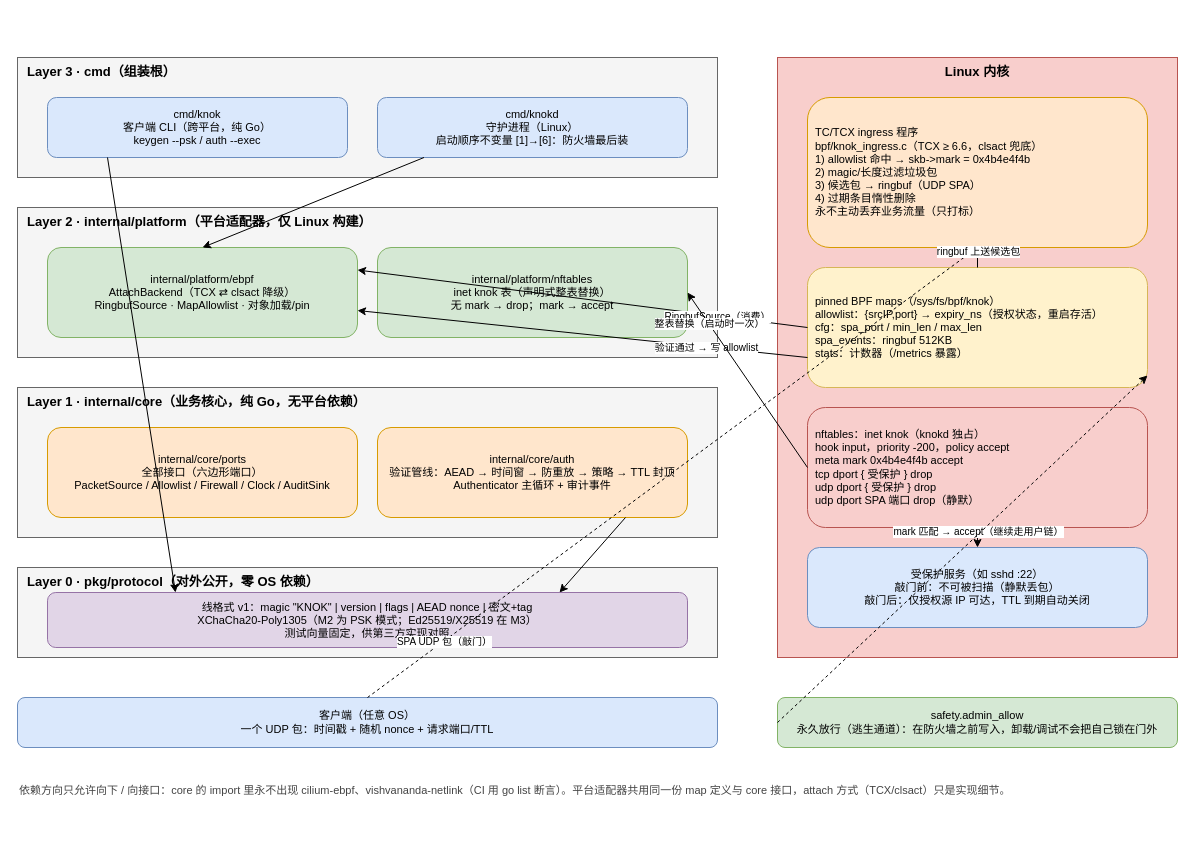
Before: docs/diagrams/architecture.drawio in zhouyu0615/knok, a draw.io diagram. Source tidied: cells renumbered, new cells numbered last; positions are measured from the earlier drawing's top-left corner, leaving out a move shared by most shapes. Both pictures are drawn from the tidied source at 100%, with x=0, y=0 at pixel (17, 57).
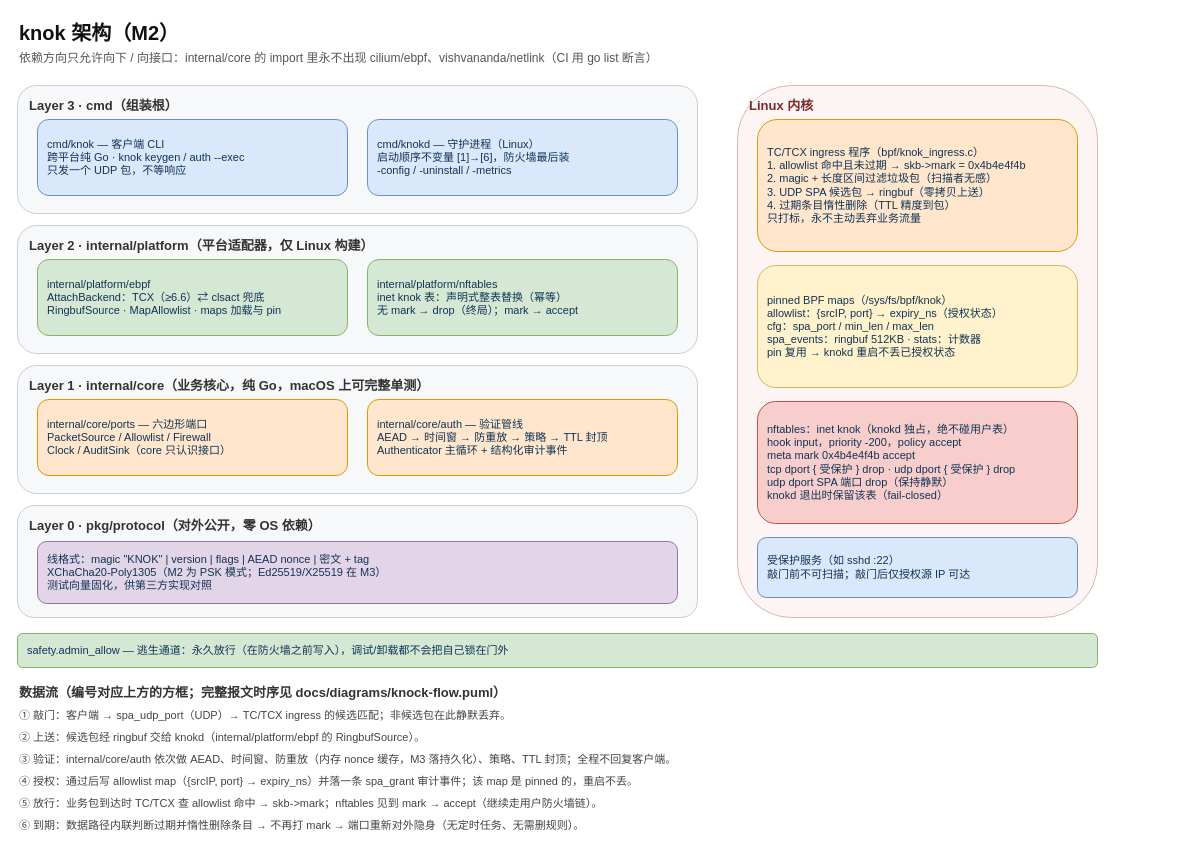
After the change.

Commit message (it also covers changes not shown here):
docs: drop the crossing edges from the architecture diagram

The edit, as a diff of the source:
```diff
@@
+    <mxCell id="37" value="knok 架构（M2）" style="text;html=1;align=left;verticalAlign=middle;fontSize=20;fontStyle=1;fontColor=#111111;" parent="1" vertex="1">
+      <mxGeometry y="-40" width="700" height="30" as="geometry" />
+    </mxCell>
+    <mxCell id="38" value="依赖方向只允许向下 / 向接口：internal/core 的 import 里永不出现 cilium/ebpf、vishvananda/netlink（CI 用 go list 断言）" style="text;html=1;align=left;verticalAlign=middle;fontSize=12;fontColor=#555555;" parent="1" vertex="1">
+      <mxGeometry y="-10" width="1080" height="22" as="geometry" />
+    </mxCell>
-    <mxCell id="2" value="Layer 3 · cmd（组装根）" style="rounded=0;whiteSpace=wrap;html=1;fillColor=#f5f5f5;strokeColor=#666666;verticalAlign=top;align=left;spacingLeft=8;fontStyle=1;fontSize=13;" parent="1" vertex="1">
-      <mxGeometry width="700" height="120" as="geometry" />
+    <mxCell id="2" value="Layer 3 · cmd（组装根）" style="rounded=1;whiteSpace=wrap;html=1;fillColor=#f7f8fa;strokeColor=#c9ced6;verticalAlign=top;align=left;spacingLeft=10;spacingTop=6;fontSize=13;fontStyle=1;fontColor=#333333;" parent="1" vertex="1">
+      <mxGeometry y="28" width="680" height="128" as="geometry" />
     </mxCell>
-    <mxCell id="3" value="cmd/knok&#10;客户端 CLI（跨平台，纯 Go）&#10;keygen --psk / auth --exec" style="rounded=1;whiteSpace=wrap;html=1;fillColor=#dae8fc;strokeColor=#6c8ebf;align=center;fontSize=11;" parent="1" vertex="1">
-      <mxGeometry x="30" y="40" width="300" height="60" as="geometry" />
-    </mxCell>
-    <mxCell id="4" value="cmd/knokd&#10;守护进程（Linux）&#10;启动顺序不变量 [1]→[6]：防火墙最后装" style="rounded=1;whiteSpace=wrap;html=1;fillColor=#dae8fc;strokeColor=#6c8ebf;align=center;fontSize=11;" parent="1" vertex="1">
-      <mxGeometry x="360" y="40" width="310" height="60" as="geometry" />
-    </mxCell>
+    <mxCell id="39" value="cmd/knok — 客户端 CLI&#10;跨平台纯 Go · knok keygen / auth --exec&#10;只发一个 UDP 包，不等响应" style="rounded=1;whiteSpace=wrap;html=1;fillColor=#dae8fc;strokeColor=#6c8ebf;align=left;spacingLeft=8;fontSize=11;fontColor=#123456;" parent="1" vertex="1">
+      <mxGeometry x="20" y="62" width="310" height="76" as="geometry" />
+    </mxCell>
+    <mxCell id="40" value="cmd/knokd — 守护进程（Linux）&#10;启动顺序不变量 [1]→[6]，防火墙最后装&#10;-config / -uninstall / -metrics" style="rounded=1;whiteSpace=wrap;html=1;fillColor=#dae8fc;strokeColor=#6c8ebf;align=left;spacingLeft=8;fontSize=11;fontColor=#123456;" parent="1" vertex="1">
+      <mxGeometry x="350" y="62" width="310" height="76" as="geometry" />
+    </mxCell>
-    <mxCell id="5" value="Layer 2 · internal/platform（平台适配器，仅 Linux 构建）" style="rounded=0;whiteSpace=wrap;html=1;fillColor=#f5f5f5;strokeColor=#666666;verticalAlign=top;align=left;spacingLeft=8;fontStyle=1;fontSize=13;" parent="1" vertex="1">
-      <mxGeometry y="150" width="700" height="150" as="geometry" />
+    <mxCell id="5" value="Layer 2 · internal/platform（平台适配器，仅 Linux 构建）" style="rounded=1;whiteSpace=wrap;html=1;fillColor=#f7f8fa;strokeColor=#c9ced6;verticalAlign=top;align=left;spacingLeft=10;spacingTop=6;fontSize=13;fontStyle=1;fontColor=#333333;" parent="1" vertex="1">
+      <mxGeometry y="168" width="680" height="128" as="geometry" />
     </mxCell>
-    <mxCell id="6" value="internal/platform/ebpf&#10;AttachBackend（TCX ⇄ clsact 降级）&#10;RingbufSource · MapAllowlist · 对象加载/pin" style="rounded=1;whiteSpace=wrap;html=1;fillColor=#d5e8d4;strokeColor=#82b366;align=center;fontSize=11;" parent="1" vertex="1">
-      <mxGeometry x="30" y="190" width="310" height="90" as="geometry" />
-    </mxCell>
-    <mxCell id="7" value="internal/platform/nftables&#10;inet knok 表（声明式整表替换）&#10;无 mark → drop；mark → accept" style="rounded=1;whiteSpace=wrap;html=1;fillColor=#d5e8d4;strokeColor=#82b366;align=center;fontSize=11;" parent="1" vertex="1">
-      <mxGeometry x="360" y="190" width="310" height="90" as="geometry" />
-    </mxCell>
-    <mxCell id="8" value="Layer 1 · internal/core（业务核心，纯 Go，无平台依赖）" style="rounded=0;whiteSpace=wrap;html=1;fillColor=#f5f5f5;strokeColor=#666666;verticalAlign=top;align=left;spacingLeft=8;fontStyle=1;fontSize=13;" parent="1" vertex="1">
-      <mxGeometry y="330" width="700" height="150" as="geometry" />
-    </mxCell>
-    <mxCell id="9" value="internal/core/ports&#10;全部接口（六边形端口）&#10;PacketSource / Allowlist / Firewall / Clock / AuditSink" style="rounded=1;whiteSpace=wrap;html=1;fillColor=#ffe6cc;strokeColor=#d79b00;align=center;fontSize=11;" parent="1" vertex="1">
-      <mxGeometry x="30" y="370" width="310" height="90" as="geometry" />
-    </mxCell>
-    <mxCell id="10" value="internal/core/auth&#10;验证管线：AEAD → 时间窗 → 防重放 → 策略 → TTL 封顶&#10;Authenticator 主循环 + 审计事件" style="rounded=1;whiteSpace=wrap;html=1;fillColor=#ffe6cc;strokeColor=#d79b00;align=center;fontSize=11;" parent="1" vertex="1">
-      <mxGeometry x="360" y="370" width="310" height="90" as="geometry" />
-    </mxCell>
+    <mxCell id="41" value="internal/platform/ebpf&#10;AttachBackend：TCX（≥6.6）⇄ clsact 兜底&#10;RingbufSource · MapAllowlist · maps 加载与 pin" style="rounded=1;whiteSpace=wrap;html=1;fillColor=#d5e8d4;strokeColor=#82b366;align=left;spacingLeft=8;fontSize=11;fontColor=#123456;" parent="1" vertex="1">
+      <mxGeometry x="20" y="202" width="310" height="76" as="geometry" />
+    </mxCell>
+    <mxCell id="42" value="internal/platform/nftables&#10;inet knok 表：声明式整表替换（幂等）&#10;无 mark → drop（终局）；mark → accept" style="rounded=1;whiteSpace=wrap;html=1;fillColor=#d5e8d4;strokeColor=#82b366;align=left;spacingLeft=8;fontSize=11;fontColor=#123456;" parent="1" vertex="1">
+      <mxGeometry x="350" y="202" width="310" height="76" as="geometry" />
+    </mxCell>
+    <mxCell id="43" value="Layer 1 · internal/core（业务核心，纯 Go，macOS 上可完整单测）" style="rounded=1;whiteSpace=wrap;html=1;fillColor=#f7f8fa;strokeColor=#c9ced6;verticalAlign=top;align=left;spacingLeft=10;spacingTop=6;fontSize=13;fontStyle=1;fontColor=#333333;" parent="1" vertex="1">
+      <mxGeometry y="308" width="680" height="128" as="geometry" />
+    </mxCell>
+    <mxCell id="44" value="internal/core/ports — 六边形端口&#10;PacketSource / Allowlist / Firewall&#10;Clock / AuditSink（core 只认识接口）" style="rounded=1;whiteSpace=wrap;html=1;fillColor=#ffe6cc;strokeColor=#d79b00;align=left;spacingLeft=8;fontSize=11;fontColor=#123456;" parent="1" vertex="1">
+      <mxGeometry x="20" y="342" width="310" height="76" as="geometry" />
+    </mxCell>
+    <mxCell id="45" value="internal/core/auth — 验证管线&#10;AEAD → 时间窗 → 防重放 → 策略 → TTL 封顶&#10;Authenticator 主循环 + 结构化审计事件" style="rounded=1;whiteSpace=wrap;html=1;fillColor=#ffe6cc;strokeColor=#d79b00;align=left;spacingLeft=8;fontSize=11;fontColor=#123456;" parent="1" vertex="1">
+      <mxGeometry x="350" y="342" width="310" height="76" as="geometry" />
+    </mxCell>
-    <mxCell id="11" value="Layer 0 · pkg/protocol（对外公开，零 OS 依赖）" style="rounded=0;whiteSpace=wrap;html=1;fillColor=#f5f5f5;strokeColor=#666666;verticalAlign=top;align=left;spacingLeft=8;fontStyle=1;fontSize=13;" parent="1" vertex="1">
-      <mxGeometry y="510" width="700" height="90" as="geometry" />
+    <mxCell id="11" value="Layer 0 · pkg/protocol（对外公开，零 OS 依赖）" style="rounded=1;whiteSpace=wrap;html=1;fillColor=#f7f8fa;strokeColor=#c9ced6;verticalAlign=top;align=left;spacingLeft=10;spacingTop=6;fontSize=13;fontStyle=1;fontColor=#333333;" parent="1" vertex="1">
+      <mxGeometry y="448" width="680" height="112" as="geometry" />
     </mxCell>
-    <mxCell id="12" value="线格式 v1：magic &quot;KNOK&quot; | version | flags | AEAD nonce | 密文+tag&#10;XChaCha20-Poly1305（M2 为 PSK 模式；Ed25519/X25519 在 M3）&#10;测试向量固定，供第三方实现对照" style="rounded=1;whiteSpace=wrap;html=1;fillColor=#e1d5e7;strokeColor=#9673a6;align=center;fontSize=11;" parent="1" vertex="1">
-      <mxGeometry x="30" y="535" width="640" height="55" as="geometry" />
-    </mxCell>
+    <mxCell id="46" value="线格式：magic &quot;KNOK&quot; | version | flags | AEAD nonce | 密文 + tag&#10;XChaCha20-Poly1305（M2 为 PSK 模式；Ed25519/X25519 在 M3）&#10;测试向量固化，供第三方实现对照" style="rounded=1;whiteSpace=wrap;html=1;fillColor=#e1d5e7;strokeColor=#9673a6;align=left;spacingLeft=8;fontSize=11;fontColor=#123456;" parent="1" vertex="1">
+      <mxGeometry x="20" y="484" width="640" height="62" as="geometry" />
+    </mxCell>
-    <mxCell id="13" value="Linux 内核" style="rounded=0;whiteSpace=wrap;html=1;fillColor=#f8cecc;strokeColor=#b85450;verticalAlign=top;align=center;fontStyle=1;fontSize=13;" parent="1" vertex="1">
-      <mxGeometry x="760" width="400" height="600" as="geometry" />
+    <mxCell id="13" value="Linux 内核" style="rounded=1;whiteSpace=wrap;html=1;fillColor=#fdf4f4;strokeColor=#e0b4b4;verticalAlign=top;align=left;spacingLeft=10;spacingTop=6;fontSize=13;fontStyle=1;fontColor=#7a2a2a;" parent="1" vertex="1">
+      <mxGeometry x="720" y="28" width="360" height="532" as="geometry" />
     </mxCell>
-    <mxCell id="14" value="TC/TCX ingress 程序&#10;bpf/knok_ingress.c（TCX ≥ 6.6，clsact 兜底）&#10;1) allowlist 命中 → skb-&gt;mark = 0x4b4e4f4b&#10;2) magic/长度过滤垃圾包&#10;3) 候选包 → ringbuf（UDP SPA）&#10;4) 过期条目惰性删除&#10;永不主动丢弃业务流量（只打标）" style="rounded=1;whiteSpace=wrap;html=1;fillColor=#ffe6cc;strokeColor=#d79b00;align=left;fontSize=11;spacingLeft=6;" parent="1" vertex="1">
-      <mxGeometry x="790" y="40" width="340" height="150" as="geometry" />
-    </mxCell>
-    <mxCell id="15" value="pinned BPF maps（/sys/fs/bpf/knok）&#10;allowlist：{srcIP,port} → expiry_ns（授权状态，重启存活）&#10;cfg：spa_port / min_len / max_len&#10;spa_events：ringbuf 512KB&#10;stats：计数器（/metrics 暴露）" style="rounded=1;whiteSpace=wrap;html=1;fillColor=#fff2cc;strokeColor=#d6b656;align=left;fontSize=11;spacingLeft=6;" parent="1" vertex="1">
-      <mxGeometry x="790" y="210" width="340" height="120" as="geometry" />
-    </mxCell>
-    <mxCell id="16" value="nftables：inet knok（knokd 独占）&#10;hook input，priority -200，policy accept&#10;meta mark 0x4b4e4f4b accept&#10;tcp dport { 受保护 } drop&#10;udp dport { 受保护 } drop&#10;udp dport SPA 端口 drop（静默）" style="rounded=1;whiteSpace=wrap;html=1;fillColor=#f8cecc;strokeColor=#b85450;align=left;fontSize=11;spacingLeft=6;" parent="1" vertex="1">
-      <mxGeometry x="790" y="350" width="340" height="120" as="geometry" />
-    </mxCell>
-    <mxCell id="17" value="受保护服务（如 sshd :22）&#10;敲门前：不可被扫描（静默丢包）&#10;敲门后：仅授权源 IP 可达，TTL 到期自动关闭" style="rounded=1;whiteSpace=wrap;html=1;fillColor=#dae8fc;strokeColor=#6c8ebf;align=center;fontSize=11;" parent="1" vertex="1">
-      <mxGeometry x="790" y="490" width="340" height="80" as="geometry" />
-    </mxCell>
-    <mxCell id="18" value="客户端（任意 OS）&#10;一个 UDP 包：时间戳 + 随机 nonce + 请求端口/TTL" style="rounded=1;whiteSpace=wrap;html=1;fillColor=#dae8fc;strokeColor=#6c8ebf;align=center;fontSize=11;" parent="1" vertex="1">
-      <mxGeometry y="640" width="700" height="50" as="geometry" />
-    </mxCell>
-    <mxCell id="19" value="safety.admin_allow&#10;永久放行（逃生通道）：在防火墙之前写入，卸载/调试不会把自己锁在门外" style="rounded=1;whiteSpace=wrap;html=1;fillColor=#d5e8d4;strokeColor=#82b366;align=center;fontSize=11;" parent="1" vertex="1">
-      <mxGeometry x="760" y="640" width="400" height="50" as="geometry" />
-    </mxCell>
-    <mxCell id="20" style="endArrow=classic;html=1;exitX=0.5;exitY=0;exitDx=0;exitDy=0;entryX=0.5;entryY=1;entryDx=0;entryDy=0;dashed=1;" parent="1" edge="1" source="18" target="14">
-      <mxGeometry relative="1" as="geometry" />
-    </mxCell>
-    <mxCell id="21" value="SPA UDP 包（敲门）" style="edgeLabel;html=1;align=center;verticalAlign=middle;fontSize=10;" parent="20" vertex="1">
-      <mxGeometry x="-0.75" relative="1" as="geometry" />
-    </mxCell>
-    <mxCell id="22" style="endArrow=classic;html=1;exitX=0.5;exitY=0;exitDx=0;exitDy=0;entryX=0.5;entryY=1;entryDx=0;entryDy=0;" parent="1" edge="1" source="15" target="14">
-      <mxGeometry relative="1" as="geometry" />
-    </mxCell>
-    <mxCell id="23" value="ringbuf 上送候选包" style="edgeLabel;html=1;align=center;verticalAlign=middle;fontSize=10;" parent="22" vertex="1">
-      <mxGeometry x="0.7" relative="1" as="geometry" />
-    </mxCell>
-    <mxCell id="24" style="endArrow=classic;html=1;exitX=0;exitY=0.5;exitDx=0;exitDy=0;entryX=1;entryY=0.25;entryDx=0;entryDy=0;" parent="1" edge="1" source="15" target="6">
-      <mxGeometry relative="1" as="geometry" />
-    </mxCell>
-    <mxCell id="25" value="RingbufSource（消费）" style="edgeLabel;html=1;align=center;verticalAlign=middle;fontSize=10;" parent="24" vertex="1">
-      <mxGeometry x="-0.6" y="-0.4" relative="1" as="geometry" />
-    </mxCell>
-    <mxCell id="26" style="endArrow=classic;html=1;exitX=0;exitY=0.75;exitDx=0;exitDy=0;entryX=1;entryY=0.7;entryDx=0;entryDy=0;" parent="1" edge="1" source="15" target="6">
-      <mxGeometry relative="1" as="geometry" />
-    </mxCell>
-    <mxCell id="27" value="验证通过 → 写 allowlist" style="edgeLabel;html=1;align=center;verticalAlign=middle;fontSize=10;" parent="26" vertex="1">
-      <mxGeometry x="-0.55" y="0.35" relative="1" as="geometry" />
-    </mxCell>
-    <mxCell id="28" style="endArrow=classic;html=1;exitX=0;exitY=0.5;exitDx=0;exitDy=0;entryX=1;entryY=0.5;entryDx=0;entryDy=0;" parent="1" edge="1" source="16" target="7">
-      <mxGeometry relative="1" as="geometry" />
-    </mxCell>
-    <mxCell id="29" value="整表替换（启动时一次）" style="edgeLabel;html=1;align=center;verticalAlign=middle;fontSize=10;" parent="28" vertex="1">
-      <mxGeometry x="0.65" y="-0.15" relative="1" as="geometry" />
-    </mxCell>
-    <mxCell id="30" style="endArrow=classic;html=1;exitX=0.5;exitY=1;exitDx=0;exitDy=0;entryX=0.5;entryY=0;entryDx=0;entryDy=0;" parent="1" edge="1" source="16" target="17">
-      <mxGeometry relative="1" as="geometry" />
-    </mxCell>
-    <mxCell id="31" value="mark 匹配 → accept（继续走用户链）" style="edgeLabel;html=1;align=center;verticalAlign=middle;fontSize=10;" parent="30" vertex="1">
-      <mxGeometry x="-0.7" relative="1" as="geometry" />
-    </mxCell>
-    <mxCell id="32" style="endArrow=classic;html=1;exitX=0.15;exitY=1;exitDx=0;exitDy=0;entryX=0.5;entryY=0;entryDx=0;entryDy=0;" parent="1" edge="1" source="4" target="6">
-      <mxGeometry relative="1" as="geometry" />
-    </mxCell>
-    <mxCell id="33" style="endArrow=classic;html=1;exitX=0.2;exitY=1;exitDx=0;exitDy=0;entryX=0.2;entryY=0;entryDx=0;entryDy=0;" parent="1" edge="1" source="3" target="12">
-      <mxGeometry relative="1" as="geometry" />
-    </mxCell>
-    <mxCell id="34" style="endArrow=classic;html=1;exitX=0.8;exitY=1;exitDx=0;exitDy=0;entryX=0.8;entryY=0;entryDx=0;entryDy=0;" parent="1" edge="1" source="10" target="12">
-      <mxGeometry relative="1" as="geometry" />
-    </mxCell>
-    <mxCell id="35" style="endArrow=classic;html=1;exitX=0;exitY=0.5;exitDx=0;exitDy=0;entryX=1;entryY=0.9;entryDx=0;entryDy=0;dashed=1;" parent="1" edge="1" source="19" target="15">
-      <mxGeometry relative="1" as="geometry" />
-    </mxCell>
-    <mxCell id="36" value="依赖方向只允许向下 / 向接口：core 的 import 里永不出现 cilium-ebpf、vishvananda-netlink（CI 用 go list 断言）。平台适配器共用同一份 map 定义与 core 接口，attach 方式（TCX/clsact）只是实现细节。" style="text;html=1;align=left;verticalAlign=top;fontSize=11;fontColor=#444444;" parent="1" vertex="1">
-      <mxGeometry y="720" width="1150" height="50" as="geometry" />
-    </mxCell>
+    <mxCell id="47" value="TC/TCX ingress 程序（bpf/knok_ingress.c）&#10;1. allowlist 命中且未过期 → skb-&gt;mark = 0x4b4e4f4b&#10;2. magic + 长度区间过滤垃圾包（扫描者无感）&#10;3. UDP SPA 候选包 → ringbuf（零拷贝上送）&#10;4. 过期条目惰性删除（TTL 精度到包）&#10;只打标，永不主动丢弃业务流量" style="rounded=1;whiteSpace=wrap;html=1;fillColor=#ffe6cc;strokeColor=#d79b00;align=left;spacingLeft=8;fontSize=11;fontColor=#123456;" parent="1" vertex="1">
+      <mxGeometry x="740" y="62" width="320" height="132" as="geometry" />
+    </mxCell>
+    <mxCell id="48" value="pinned BPF maps（/sys/fs/bpf/knok）&#10;allowlist：{srcIP, port} → expiry_ns（授权状态）&#10;cfg：spa_port / min_len / max_len&#10;spa_events：ringbuf 512KB · stats：计数器&#10;pin 复用 → knokd 重启不丢已授权状态" style="rounded=1;whiteSpace=wrap;html=1;fillColor=#fff2cc;strokeColor=#d6b656;align=left;spacingLeft=8;fontSize=11;fontColor=#123456;" parent="1" vertex="1">
+      <mxGeometry x="740" y="208" width="320" height="122" as="geometry" />
+    </mxCell>
+    <mxCell id="49" value="nftables：inet knok（knokd 独占，绝不碰用户表）&#10;hook input，priority -200，policy accept&#10;meta mark 0x4b4e4f4b accept&#10;tcp dport { 受保护 } drop · udp dport { 受保护 } drop&#10;udp dport SPA 端口 drop（保持静默）&#10;knokd 退出时保留该表（fail-closed）" style="rounded=1;whiteSpace=wrap;html=1;fillColor=#f8cecc;strokeColor=#b85450;align=left;spacingLeft=8;fontSize=11;fontColor=#123456;" parent="1" vertex="1">
+      <mxGeometry x="740" y="344" width="320" height="122" as="geometry" />
+    </mxCell>
+    <mxCell id="50" value="受保护服务（如 sshd :22）&#10;敲门前不可扫描；敲门后仅授权源 IP 可达" style="rounded=1;whiteSpace=wrap;html=1;fillColor=#dae8fc;strokeColor=#6c8ebf;align=left;spacingLeft=8;fontSize=11;fontColor=#123456;" parent="1" vertex="1">
+      <mxGeometry x="740" y="480" width="320" height="60" as="geometry" />
+    </mxCell>
+    <mxCell id="51" value="safety.admin_allow — 逃生通道：永久放行（在防火墙之前写入），调试/卸载都不会把自己锁在门外" style="rounded=1;whiteSpace=wrap;html=1;fillColor=#d5e8d4;strokeColor=#82b366;align=left;spacingLeft=8;fontSize=11;fontColor=#123456;" parent="1" vertex="1">
+      <mxGeometry y="576" width="1080" height="34" as="geometry" />
+    </mxCell>
+    <mxCell id="52" value="数据流（编号对应上方的方框；完整报文时序见 docs/diagrams/knock-flow.puml）" style="text;html=1;align=left;verticalAlign=middle;fontSize=13;fontStyle=1;fontColor=#333333;" parent="1" vertex="1">
+      <mxGeometry y="624" width="1080" height="22" as="geometry" />
+    </mxCell>
+    <mxCell id="53" value="① 敲门：客户端 → spa_udp_port（UDP）→ TC/TCX ingress 的候选匹配；非候选包在此静默丢弃。" style="text;html=1;align=left;verticalAlign=middle;fontSize=11;fontColor=#444444;" parent="1" vertex="1">
+      <mxGeometry y="648" width="1080" height="20" as="geometry" />
+    </mxCell>
+    <mxCell id="54" value="② 上送：候选包经 ringbuf 交给 knokd（internal/platform/ebpf 的 RingbufSource）。" style="text;html=1;align=left;verticalAlign=middle;fontSize=11;fontColor=#444444;" parent="1" vertex="1">
+      <mxGeometry y="670" width="1080" height="20" as="geometry" />
+    </mxCell>
+    <mxCell id="55" value="③ 验证：internal/core/auth 依次做 AEAD、时间窗、防重放（内存 nonce 缓存，M3 落持久化）、策略、TTL 封顶；全程不回复客户端。" style="text;html=1;align=left;verticalAlign=middle;fontSize=11;fontColor=#444444;" parent="1" vertex="1">
+      <mxGeometry y="692" width="1080" height="20" as="geometry" />
+    </mxCell>
+    <mxCell id="56" value="④ 授权：通过后写 allowlist map（{srcIP, port} → expiry_ns）并落一条 spa_grant 审计事件；该 map 是 pinned 的，重启不丢。" style="text;html=1;align=left;verticalAlign=middle;fontSize=11;fontColor=#444444;" parent="1" vertex="1">
+      <mxGeometry y="714" width="1080" height="20" as="geometry" />
+    </mxCell>
+    <mxCell id="57" value="⑤ 放行：业务包到达时 TC/TCX 查 allowlist 命中 → skb-&gt;mark；nftables 见到 mark → accept（继续走用户防火墙链）。" style="text;html=1;align=left;verticalAlign=middle;fontSize=11;fontColor=#444444;" parent="1" vertex="1">
+      <mxGeometry y="736" width="1080" height="20" as="geometry" />
+    </mxCell>
+    <mxCell id="58" value="⑥ 到期：数据路径内联判断过期并惰性删除条目 → 不再打 mark → 端口重新对外隐身（无定时任务、无需删规则）。" style="text;html=1;align=left;verticalAlign=middle;fontSize=11;fontColor=#444444;" parent="1" vertex="1">
+      <mxGeometry y="758" width="1080" height="20" as="geometry" />
+    </mxCell>
```
